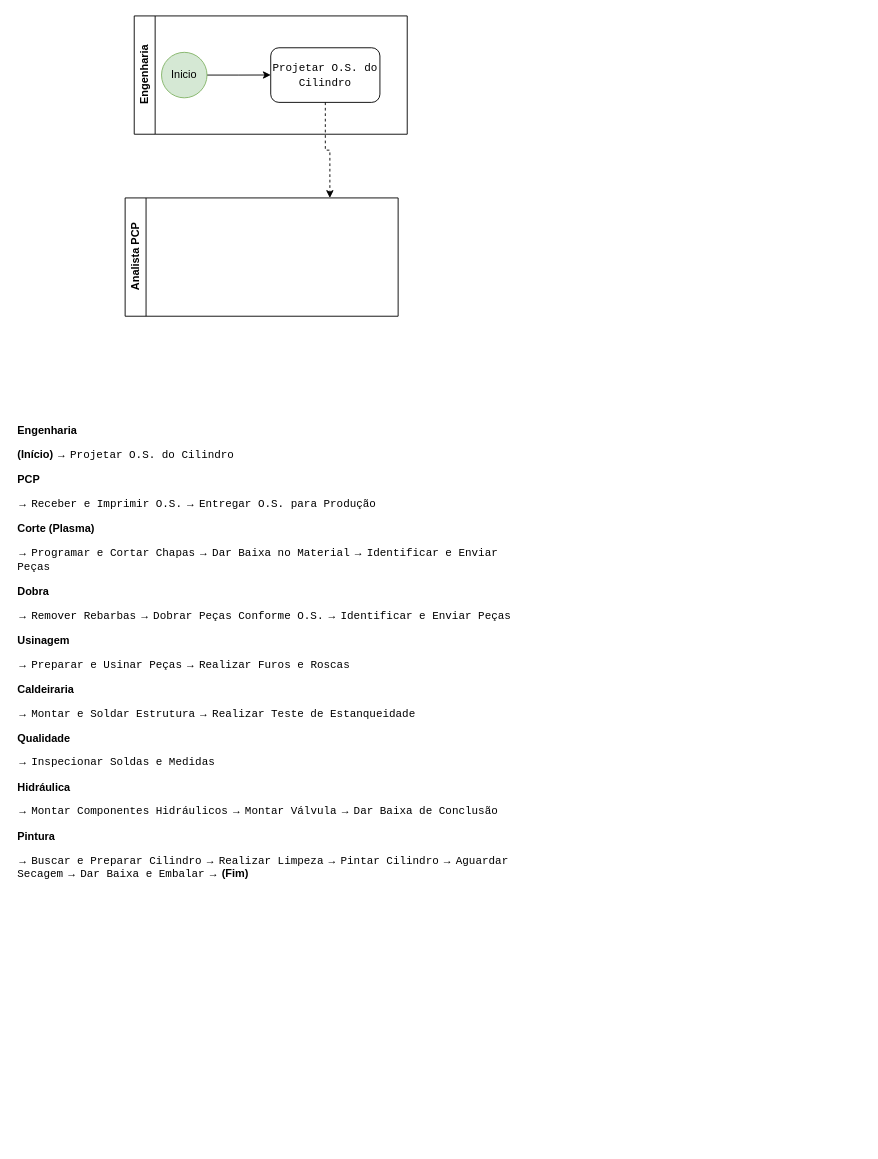
Earlier version of the draw.io diagram Diagrama sem nome.drawio (Adriano-bertellini/t). Source tidied: cells renumbered, new cells numbered last; positions are measured from the earlier drawing's top-left corner, leaving out a move shared by most shapes. Both pictures are drawn from the tidied source at 91%, with x=0, y=0 at pixel (15, 15).
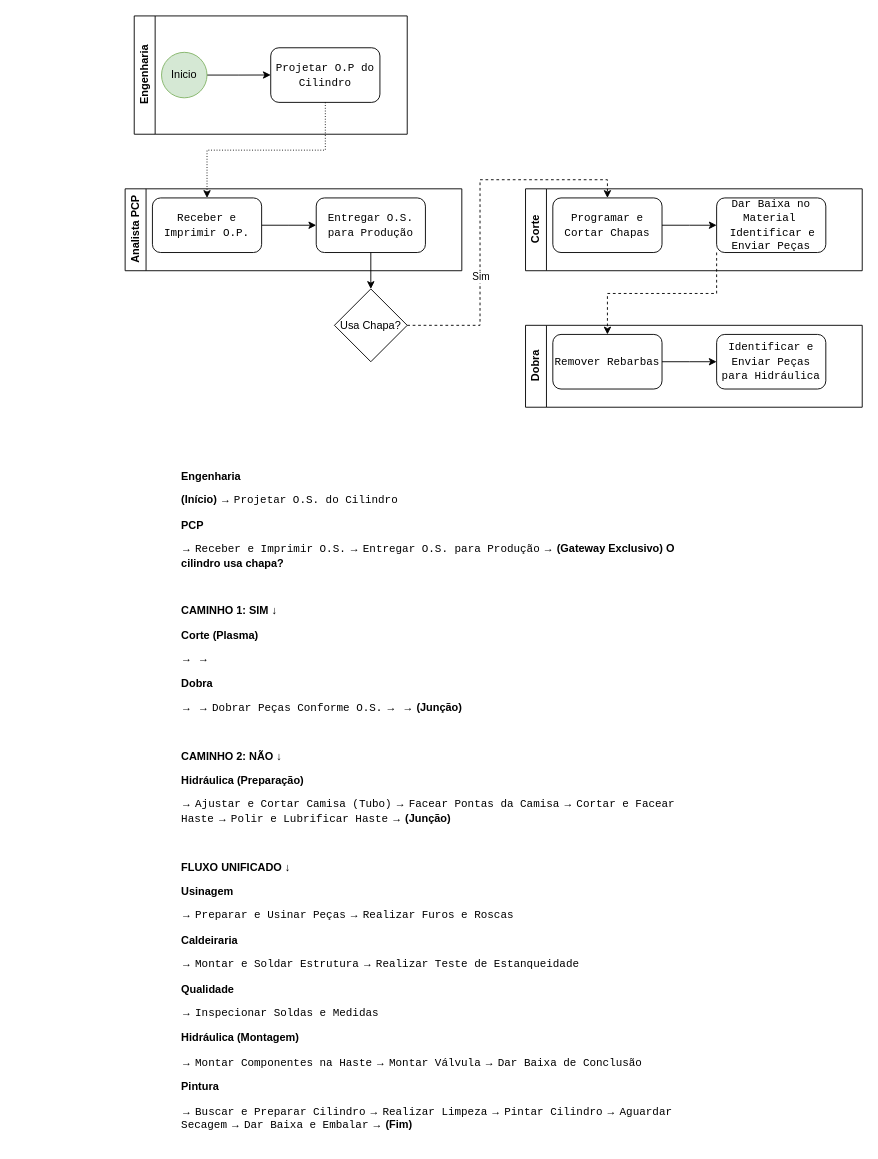
Above is the later version.

Commit message:
BPMN - Fábrica

Unchanged cells that the change refers to:
```xml
<mxCell id="5" value="Engenharia" style="swimlane;horizontal=0;whiteSpace=wrap;html=1;" parent="1" vertex="1">
  <mxGeometry x="130" width="300" height="130" as="geometry" />
</mxCell>
```

The edit, as a diff of the source:
```diff
@@
-    <mxCell id="4" value="&lt;p&gt;&lt;strong&gt;&lt;span class=&quot;selected&quot;&gt;Engenharia&lt;/span&gt;&lt;/strong&gt;&lt;/p&gt;&lt;p&gt;&lt;strong&gt;&lt;span class=&quot;selected&quot;&gt;(Início)&lt;/span&gt;&lt;/strong&gt;&lt;span class=&quot;selected&quot;&gt; → &lt;/span&gt;&lt;code&gt;&lt;span class=&quot;selected&quot;&gt;Projetar O.S. do Cilindro&lt;/span&gt;&lt;/code&gt;&lt;/p&gt;&lt;p&gt;&lt;strong&gt;&lt;span class=&quot;selected&quot;&gt;PCP&lt;/span&gt;&lt;/strong&gt;&lt;/p&gt;&lt;p&gt;&lt;span class=&quot;selected&quot;&gt;→ &lt;/span&gt;&lt;code&gt;&lt;span class=&quot;selected&quot;&gt;Receber e Imprimir O.S.&lt;/span&gt;&lt;/code&gt;&lt;span class=&quot;selected&quot;&gt; → &lt;/span&gt;&lt;code&gt;&lt;span class=&quot;selected&quot;&gt;Entregar O.S. para Produção&lt;/span&gt;&lt;/code&gt;&lt;/p&gt;&lt;p&gt;&lt;strong&gt;&lt;span class=&quot;selected&quot;&gt;Corte (Plasma)&lt;/span&gt;&lt;/strong&gt;&lt;/p&gt;&lt;p&gt;&lt;span class=&quot;selected&quot;&gt;→ &lt;/span&gt;&lt;code&gt;&lt;span class=&quot;selected&quot;&gt;Programar e Cortar Chapas&lt;/span&gt;&lt;/code&gt;&lt;span class=&quot;selected&quot;&gt; → &lt;/span&gt;&lt;code&gt;&lt;span class=&quot;selected&quot;&gt;Dar Baixa no Material&lt;/span&gt;&lt;/code&gt;&lt;span class=&quot;selected&quot;&gt; → &lt;/span&gt;&lt;code&gt;&lt;span class=&quot;selected&quot;&gt;Identificar e Enviar Peças&lt;/span&gt;&lt;/code&gt;&lt;/p&gt;&lt;p&gt;&lt;strong&gt;&lt;span class=&quot;selected&quot;&gt;Dobra&lt;/span&gt;&lt;/strong&gt;&lt;/p&gt;&lt;p&gt;&lt;span class=&quot;selected&quot;&gt;→ &lt;/span&gt;&lt;code&gt;&lt;span class=&quot;selected&quot;&gt;Remover Rebarbas&lt;/span&gt;&lt;/code&gt;&lt;span class=&quot;selected&quot;&gt; → &lt;/span&gt;&lt;code&gt;&lt;span class=&quot;selected&quot;&gt;Dobrar Peças Conforme O.S.&lt;/span&gt;&lt;/code&gt;&lt;span class=&quot;selected&quot;&gt; → &lt;/span&gt;&lt;code&gt;&lt;span class=&quot;selected&quot;&gt;Identificar e Enviar Peças&lt;/span&gt;&lt;/code&gt;&lt;/p&gt;&lt;p&gt;&lt;strong&gt;&lt;span class=&quot;selected&quot;&gt;Usinagem&lt;/span&gt;&lt;/strong&gt;&lt;/p&gt;&lt;p&gt;&lt;span class=&quot;selected&quot;&gt;→ &lt;/span&gt;&lt;code&gt;&lt;span class=&quot;selected&quot;&gt;Preparar e Usinar Peças&lt;/span&gt;&lt;/code&gt;&lt;span class=&quot;selected&quot;&gt; → &lt;/span&gt;&lt;code&gt;&lt;span class=&quot;selected&quot;&gt;Realizar Furos e Roscas&lt;/span&gt;&lt;/code&gt;&lt;/p&gt;&lt;p&gt;&lt;strong&gt;&lt;span class=&quot;selected&quot;&gt;Caldeiraria&lt;/span&gt;&lt;/strong&gt;&lt;/p&gt;&lt;p&gt;&lt;span class=&quot;selected&quot;&gt;→ &lt;/span&gt;&lt;code&gt;&lt;span class=&quot;selected&quot;&gt;Montar e Soldar Estrutura&lt;/span&gt;&lt;/code&gt;&lt;span class=&quot;selected&quot;&gt; → &lt;/span&gt;&lt;code&gt;&lt;span class=&quot;selected&quot;&gt;Realizar Teste de Estanqueidade&lt;/span&gt;&lt;/code&gt;&lt;/p&gt;&lt;p&gt;&lt;strong&gt;&lt;span class=&quot;selected&quot;&gt;Qualidade&lt;/span&gt;&lt;/strong&gt;&lt;/p&gt;&lt;p&gt;&lt;span class=&quot;selected&quot;&gt;→ &lt;/span&gt;&lt;code&gt;&lt;span class=&quot;selected&quot;&gt;Inspecionar Soldas e Medidas&lt;/span&gt;&lt;/code&gt;&lt;/p&gt;&lt;p&gt;&lt;strong&gt;&lt;span class=&quot;selected&quot;&gt;Hidráulica&lt;/span&gt;&lt;/strong&gt;&lt;/p&gt;&lt;p&gt;&lt;span class=&quot;selected&quot;&gt;→ &lt;/span&gt;&lt;code&gt;&lt;span class=&quot;selected&quot;&gt;Montar Componentes Hidráulicos&lt;/span&gt;&lt;/code&gt;&lt;span class=&quot;selected&quot;&gt; → &lt;/span&gt;&lt;code&gt;&lt;span class=&quot;selected&quot;&gt;Montar Válvula&lt;/span&gt;&lt;/code&gt;&lt;span class=&quot;selected&quot;&gt; → &lt;/span&gt;&lt;code&gt;&lt;span class=&quot;selected&quot;&gt;Dar Baixa de Conclusão&lt;/span&gt;&lt;/code&gt;&lt;/p&gt;&lt;p&gt;&lt;strong&gt;&lt;span class=&quot;selected&quot;&gt;Pintura&lt;/span&gt;&lt;/strong&gt;&lt;/p&gt;&lt;p&gt;&lt;span class=&quot;selected&quot;&gt;→ &lt;/span&gt;&lt;code&gt;&lt;span class=&quot;selected&quot;&gt;Buscar e Preparar Cilindro&lt;/span&gt;&lt;/code&gt;&lt;span class=&quot;selected&quot;&gt; → &lt;/span&gt;&lt;code&gt;&lt;span class=&quot;selected&quot;&gt;Realizar Limpeza&lt;/span&gt;&lt;/code&gt;&lt;span class=&quot;selected&quot;&gt; → &lt;/span&gt;&lt;code&gt;&lt;span class=&quot;selected&quot;&gt;Pintar Cilindro&lt;/span&gt;&lt;/code&gt;&lt;span class=&quot;selected&quot;&gt; → &lt;/span&gt;&lt;code&gt;&lt;span class=&quot;selected&quot;&gt;Aguardar Secagem&lt;/span&gt;&lt;/code&gt;&lt;span class=&quot;selected&quot;&gt; → &lt;/span&gt;&lt;code&gt;&lt;span class=&quot;selected&quot;&gt;Dar Baixa e Embalar&lt;/span&gt;&lt;/code&gt;&lt;span class=&quot;selected&quot;&gt; → &lt;/span&gt;&lt;strong&gt;&lt;span class=&quot;selected&quot;&gt;(Fim)&lt;/span&gt;&lt;/strong&gt;&lt;/p&gt;" style="text;whiteSpace=wrap;html=1;" parent="1" vertex="1">
-      <mxGeometry y="430" width="560" height="550" as="geometry" />
+    <mxCell id="4" value="&lt;p&gt;&lt;strong&gt;Engenharia&lt;/strong&gt;&lt;/p&gt;&lt;p&gt;&lt;strong&gt;(Início)&lt;/strong&gt;&lt;span class=&quot;selected&quot;&gt; → &lt;/span&gt;&lt;code&gt;Projetar O.S. do Cilindro&lt;/code&gt;&lt;/p&gt;&lt;p&gt;&lt;strong&gt;PCP&lt;/strong&gt;&lt;/p&gt;&lt;p&gt;&lt;span class=&quot;selected&quot;&gt;→ &lt;/span&gt;&lt;code&gt;Receber e Imprimir O.S.&lt;/code&gt;&lt;span class=&quot;selected&quot;&gt; → &lt;/span&gt;&lt;code&gt;Entregar O.S. para Produção&lt;/code&gt;&lt;span class=&quot;selected&quot;&gt; → &lt;/span&gt;&lt;strong&gt;(Gateway Exclusivo) O cilindro usa chapa?&lt;/strong&gt;&lt;/p&gt;&lt;p&gt;&lt;br class=&quot;ProseMirror-trailingBreak&quot;&gt;&lt;/p&gt;&lt;p&gt;&lt;strong&gt;CAMINHO 1: SIM&lt;/strong&gt;&lt;span class=&quot;selected&quot;&gt; ↓&lt;/span&gt;&lt;/p&gt;&lt;p&gt;&lt;strong&gt;Corte (Plasma)&lt;/strong&gt;&lt;/p&gt;&lt;p&gt;&lt;span class=&quot;selected&quot;&gt;→ &lt;/span&gt;&lt;span class=&quot;selected&quot;&gt;&amp;nbsp;→&amp;nbsp;&lt;/span&gt;&lt;/p&gt;&lt;p&gt;&lt;strong&gt;Dobra&lt;/strong&gt;&lt;/p&gt;&lt;p&gt;&lt;span class=&quot;selected&quot;&gt;→ &lt;/span&gt;&lt;span class=&quot;selected&quot;&gt;&amp;nbsp;→ &lt;/span&gt;&lt;code&gt;Dobrar Peças Conforme O.S.&lt;/code&gt;&lt;span class=&quot;selected&quot;&gt; → &lt;/span&gt;&lt;span class=&quot;selected&quot;&gt;&amp;nbsp;→ &lt;/span&gt;&lt;strong&gt;(Junção)&lt;/strong&gt;&lt;/p&gt;&lt;p&gt;&lt;br class=&quot;ProseMirror-trailingBreak&quot;&gt;&lt;/p&gt;&lt;p&gt;&lt;strong&gt;CAMINHO 2: NÃO&lt;/strong&gt;&lt;span class=&quot;selected&quot;&gt; ↓&lt;/span&gt;&lt;/p&gt;&lt;p&gt;&lt;strong&gt;Hidráulica (Preparação)&lt;/strong&gt;&lt;/p&gt;&lt;p&gt;&lt;span class=&quot;selected&quot;&gt;→ &lt;/span&gt;&lt;code&gt;Ajustar e Cortar Camisa (Tubo)&lt;/code&gt;&lt;span class=&quot;selected&quot;&gt; → &lt;/span&gt;&lt;code&gt;Facear Pontas da Camisa&lt;/code&gt;&lt;span class=&quot;selected&quot;&gt; → &lt;/span&gt;&lt;code&gt;Cortar e Facear Haste&lt;/code&gt;&lt;span class=&quot;selected&quot;&gt; → &lt;/span&gt;&lt;code&gt;Polir e Lubrificar Haste&lt;/code&gt;&lt;span class=&quot;selected&quot;&gt; → &lt;/span&gt;&lt;strong&gt;(Junção)&lt;/strong&gt;&lt;/p&gt;&lt;p&gt;&lt;br class=&quot;ProseMirror-trailingBreak&quot;&gt;&lt;/p&gt;&lt;p&gt;&lt;strong&gt;FLUXO UNIFICADO&lt;/strong&gt;&lt;span class=&quot;selected&quot;&gt; ↓&lt;/span&gt;&lt;/p&gt;&lt;p&gt;&lt;strong&gt;Usinagem&lt;/strong&gt;&lt;/p&gt;&lt;p&gt;&lt;span class=&quot;selected&quot;&gt;→ &lt;/span&gt;&lt;code&gt;Preparar e Usinar Peças&lt;/code&gt;&lt;span class=&quot;selected&quot;&gt; → &lt;/span&gt;&lt;code&gt;Realizar Furos e Roscas&lt;/code&gt;&lt;/p&gt;&lt;p&gt;&lt;strong&gt;Caldeiraria&lt;/strong&gt;&lt;/p&gt;&lt;p&gt;&lt;span class=&quot;selected&quot;&gt;→ &lt;/span&gt;&lt;code&gt;Montar e Soldar Estrutura&lt;/code&gt;&lt;span class=&quot;selected&quot;&gt; → &lt;/span&gt;&lt;code&gt;Realizar Teste de Estanqueidade&lt;/code&gt;&lt;/p&gt;&lt;p&gt;&lt;strong&gt;Qualidade&lt;/strong&gt;&lt;/p&gt;&lt;p&gt;&lt;span class=&quot;selected&quot;&gt;→ &lt;/span&gt;&lt;code&gt;Inspecionar Soldas e Medidas&lt;/code&gt;&lt;/p&gt;&lt;p&gt;&lt;strong&gt;Hidráulica (Montagem)&lt;/strong&gt;&lt;/p&gt;&lt;p&gt;&lt;span class=&quot;selected&quot;&gt;→ &lt;/span&gt;&lt;code&gt;Montar Componentes na Haste&lt;/code&gt;&lt;span class=&quot;selected&quot;&gt; → &lt;/span&gt;&lt;code&gt;Montar Válvula&lt;/code&gt;&lt;span class=&quot;selected&quot;&gt; → &lt;/span&gt;&lt;code&gt;Dar Baixa de Conclusão&lt;/code&gt;&lt;/p&gt;&lt;p&gt;&lt;strong&gt;Pintura&lt;/strong&gt;&lt;/p&gt;&lt;p&gt;&lt;span class=&quot;selected&quot;&gt;→ &lt;/span&gt;&lt;code&gt;Buscar e Preparar Cilindro&lt;/code&gt;&lt;span class=&quot;selected&quot;&gt; → &lt;/span&gt;&lt;code&gt;Realizar Limpeza&lt;/code&gt;&lt;span class=&quot;selected&quot;&gt; → &lt;/span&gt;&lt;code&gt;Pintar Cilindro&lt;/code&gt;&lt;span class=&quot;selected&quot;&gt; → &lt;/span&gt;&lt;code&gt;Aguardar Secagem&lt;/code&gt;&lt;span class=&quot;selected&quot;&gt; → &lt;/span&gt;&lt;code&gt;Dar Baixa e Embalar&lt;/code&gt;&lt;span class=&quot;selected&quot;&gt; → &lt;/span&gt;&lt;strong&gt;(Fim)&lt;/strong&gt;&lt;/p&gt;" style="text;whiteSpace=wrap;html=1;" parent="1" vertex="1">
+      <mxGeometry x="180" y="480" width="560" height="550" as="geometry" />
     </mxCell>
@@
-    <mxCell id="6" value="&lt;span style=&quot;font-family: monospace; text-align: left;&quot;&gt;Projetar O.S. do Cilindro&lt;/span&gt;" style="rounded=1;whiteSpace=wrap;html=1;" parent="5" vertex="1">
+    <mxCell id="6" value="&lt;span style=&quot;font-family: monospace; text-align: left;&quot;&gt;Projetar O.P do Cilindro&lt;/span&gt;" style="rounded=1;whiteSpace=wrap;html=1;" parent="5" vertex="1">
       <mxGeometry x="150" y="35" width="120" height="60" as="geometry" />
     </mxCell>
     <mxCell id="7" value="Analista PCP" style="swimlane;horizontal=0;whiteSpace=wrap;html=1;startSize=23;" parent="1" vertex="1">
-      <mxGeometry x="120" y="200" width="300" height="130" as="geometry" />
+      <mxGeometry x="120" y="190" width="370" height="90" as="geometry" />
     </mxCell>
-    <mxCell id="8" style="edgeStyle=orthogonalEdgeStyle;rounded=0;jettySize=auto;html=1;exitX=0.5;exitY=1;exitDx=0;exitDy=0;dashed=1;entryX=0.75;entryY=0;entryDx=0;entryDy=0;" parent="1" edge="1" source="6" target="7">
-      <mxGeometry relative="1" as="geometry" />
-    </mxCell>
+    <mxCell id="9" style="edgeStyle=orthogonalEdgeStyle;rounded=0;jettySize=auto;html=1;" parent="7" edge="1" source="10">
+      <mxGeometry relative="1" as="geometry">
+        <mxPoint x="210" y="40" as="targetPoint" />
+      </mxGeometry>
+    </mxCell>
+    <mxCell id="10" value="&lt;span style=&quot;font-family: monospace; text-align: left;&quot;&gt;Receber e Imprimir O.P.&lt;/span&gt;" style="rounded=1;whiteSpace=wrap;html=1;" parent="7" vertex="1">
+      <mxGeometry x="30" y="10" width="120" height="60" as="geometry" />
+    </mxCell>
+    <mxCell id="11" value="&lt;span style=&quot;font-family: monospace; text-align: left;&quot;&gt;Entregar O.S. para Produção&lt;/span&gt;" style="rounded=1;whiteSpace=wrap;html=1;" parent="7" vertex="1">
+      <mxGeometry x="210" y="10" width="120" height="60" as="geometry" />
+    </mxCell>
+    <mxCell id="12" style="edgeStyle=orthogonalEdgeStyle;rounded=0;jettySize=auto;html=1;exitX=0.5;exitY=1;exitDx=0;exitDy=0;entryX=0.5;entryY=0;entryDx=0;entryDy=0;dashed=1;dashPattern=1 2;" parent="1" edge="1" source="6" target="10">
+      <mxGeometry relative="1" as="geometry" />
+    </mxCell>
+    <mxCell id="13" style="edgeStyle=orthogonalEdgeStyle;rounded=0;jettySize=auto;html=1;exitX=1;exitY=0.5;exitDx=0;exitDy=0;entryX=0.5;entryY=0;entryDx=0;entryDy=0;dashed=1;" parent="1" edge="1" source="15" target="19">
+      <mxGeometry relative="1" as="geometry" />
+    </mxCell>
+    <mxCell id="14" value="Sim" style="edgeLabel;html=1;align=center;verticalAlign=middle;" parent="13" vertex="1">
+      <mxGeometry x="-0.33" relative="1" as="geometry" />
+    </mxCell>
+    <mxCell id="15" value="Usa Chapa?" style="rhombus;whiteSpace=wrap;html=1;" parent="1" vertex="1">
+      <mxGeometry x="350" y="300" width="80" height="80" as="geometry" />
+    </mxCell>
+    <mxCell id="16" style="edgeStyle=orthogonalEdgeStyle;rounded=0;jettySize=auto;html=1;exitX=0.5;exitY=1;exitDx=0;exitDy=0;entryX=0.5;entryY=0;entryDx=0;entryDy=0;" parent="1" edge="1" source="11" target="15">
+      <mxGeometry relative="1" as="geometry" />
+    </mxCell>
+    <mxCell id="17" value="Corte" style="swimlane;horizontal=0;whiteSpace=wrap;html=1;startSize=23;" parent="1" vertex="1">
+      <mxGeometry x="560" y="190" width="370" height="90" as="geometry" />
+    </mxCell>
+    <mxCell id="18" style="edgeStyle=orthogonalEdgeStyle;rounded=0;jettySize=auto;html=1;" parent="17" edge="1" source="19">
+      <mxGeometry relative="1" as="geometry">
+        <mxPoint x="210" y="40" as="targetPoint" />
+      </mxGeometry>
+    </mxCell>
+    <mxCell id="19" value="&lt;span style=&quot;font-family: monospace; text-align: left;&quot;&gt;Programar e Cortar Chapas&lt;/span&gt;" style="rounded=1;whiteSpace=wrap;html=1;" parent="17" vertex="1">
+      <mxGeometry x="30" y="10" width="120" height="60" as="geometry" />
+    </mxCell>
+    <mxCell id="20" value="&lt;code style=&quot;text-align: left;&quot;&gt;Dar Baixa no Material&lt;/code&gt;&lt;span style=&quot;text-align: left;&quot; class=&quot;selected&quot;&gt;&amp;nbsp;&lt;/span&gt;&lt;div&gt;&lt;span style=&quot;text-align: left;&quot; class=&quot;selected&quot;&gt;&amp;nbsp;&lt;/span&gt;&lt;code style=&quot;text-align: left;&quot;&gt;Identificar e Enviar Peças&lt;/code&gt;&lt;/div&gt;" style="rounded=1;whiteSpace=wrap;html=1;" parent="17" vertex="1">
+      <mxGeometry x="210" y="10" width="120" height="60" as="geometry" />
+    </mxCell>
+    <mxCell id="21" value="Dobra" style="swimlane;horizontal=0;whiteSpace=wrap;html=1;startSize=23;" parent="1" vertex="1">
+      <mxGeometry x="560" y="340" width="370" height="90" as="geometry" />
+    </mxCell>
+    <mxCell id="22" style="edgeStyle=orthogonalEdgeStyle;rounded=0;jettySize=auto;html=1;" parent="21" edge="1" source="23">
+      <mxGeometry relative="1" as="geometry">
+        <mxPoint x="210" y="40" as="targetPoint" />
+      </mxGeometry>
+    </mxCell>
+    <mxCell id="23" value="&lt;span style=&quot;font-family: monospace; text-align: left;&quot;&gt;Remover Rebarbas&lt;/span&gt;" style="rounded=1;whiteSpace=wrap;html=1;" parent="21" vertex="1">
+      <mxGeometry x="30" y="10" width="120" height="60" as="geometry" />
+    </mxCell>
+    <mxCell id="24" value="&lt;span style=&quot;font-family: monospace; text-align: left;&quot;&gt;Identificar e Enviar Peças para Hidráulica&lt;/span&gt;" style="rounded=1;whiteSpace=wrap;html=1;" parent="21" vertex="1">
+      <mxGeometry x="210" y="10" width="120" height="60" as="geometry" />
+    </mxCell>
+    <mxCell id="25" style="edgeStyle=orthogonalEdgeStyle;rounded=0;jettySize=auto;html=1;exitX=0;exitY=1;exitDx=0;exitDy=0;entryX=0.5;entryY=0;entryDx=0;entryDy=0;dashed=1;" parent="1" edge="1" source="20" target="23">
+      <mxGeometry relative="1" as="geometry" />
+    </mxCell>
```
